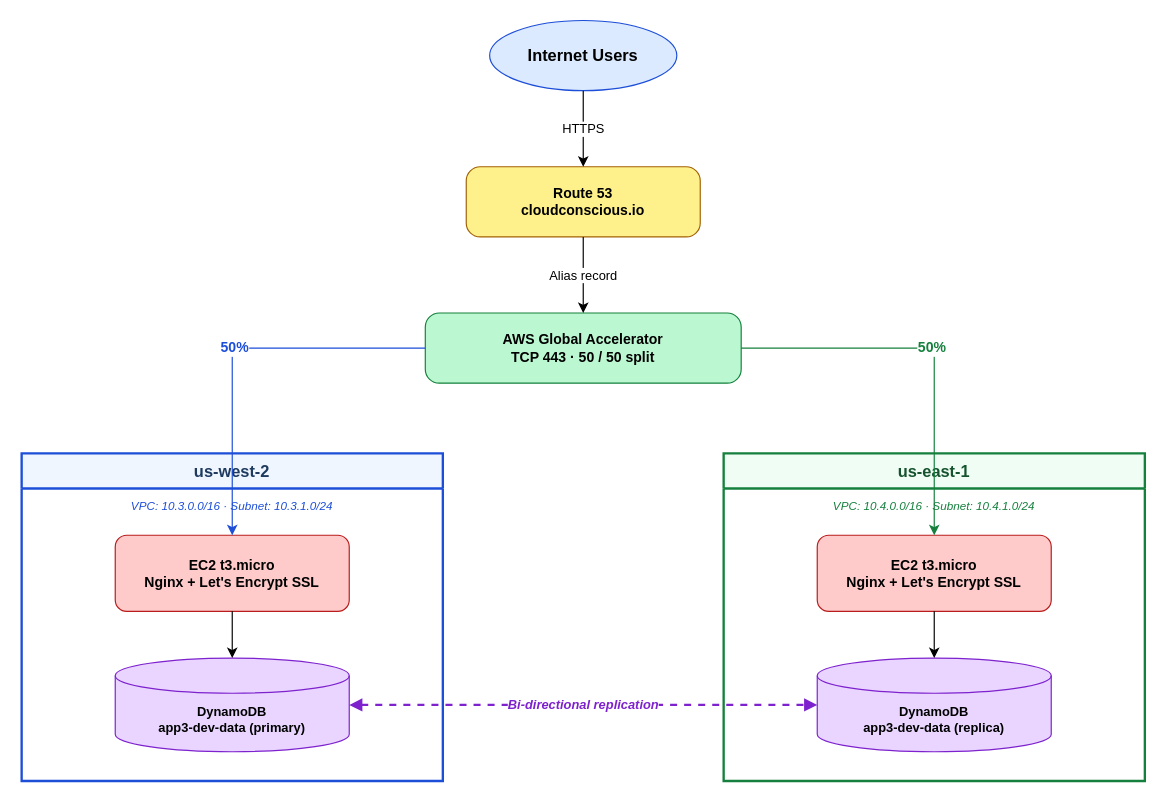
Before: terraform/live/aws/stacks/app3/diagrams/app3-architecture.drawio in vegatros/repo1, a draw.io diagram. Source tidied: cells renumbered, new cells numbered last; positions are measured from the earlier drawing's top-left corner, leaving out a move shared by most shapes. Both pictures are drawn from the tidied source at 117%, with x=0, y=0 at pixel (21, 20).
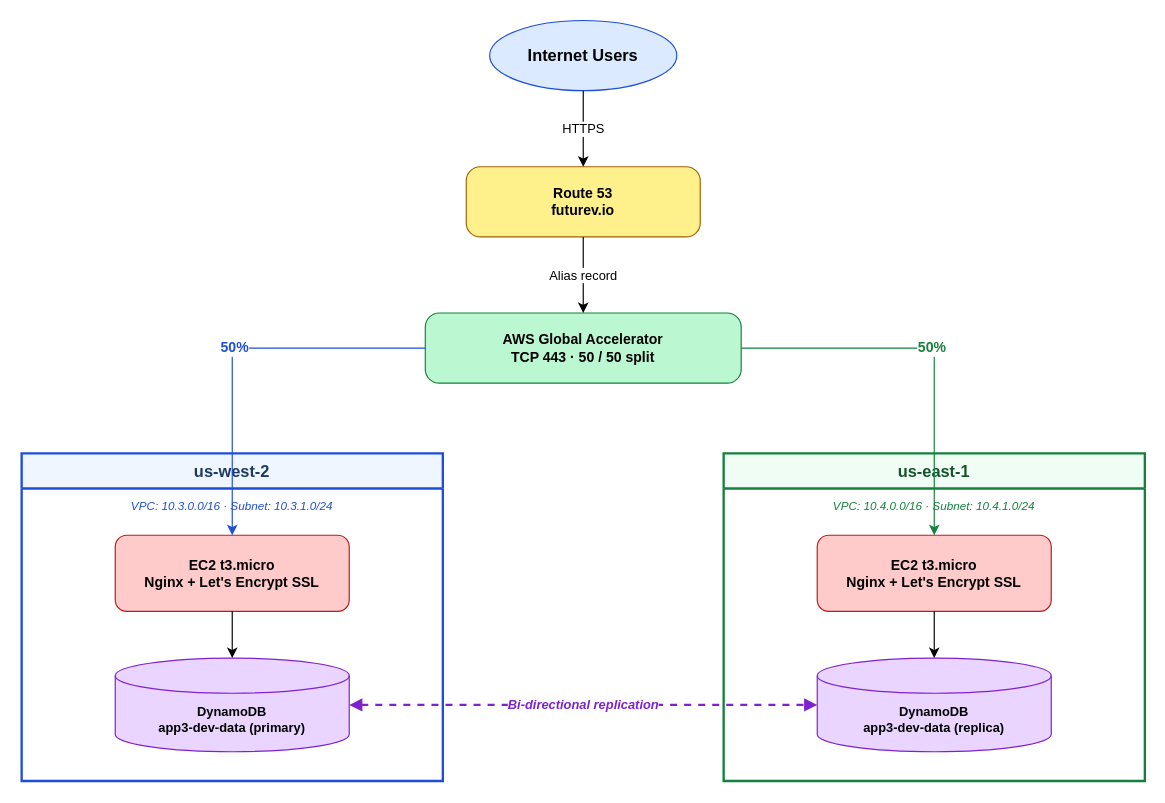
After the change.

Change to the diagram source:
```diff
@@
 <mxGraphModel>
   <root>
     <mxCell id="0" />
     <mxCell id="1" parent="0" />
     <mxCell id="2" value="Internet Users" style="ellipse;whiteSpace=wrap;html=1;fillColor=#dbeafe;strokeColor=#1d4ed8;fontStyle=1;fontSize=14;" parent="1" vertex="1">
       <mxGeometry x="400" width="160" height="60" as="geometry" />
     </mxCell>
-    <mxCell id="3" value="Route 53&#10;cloudconscious.io" style="rounded=1;whiteSpace=wrap;html=1;fillColor=#fef08a;strokeColor=#a16207;fontStyle=1;fontSize=12;arcSize=20;" parent="1" vertex="1">
+    <mxCell id="3" value="Route 53&#10;futurev.io" style="rounded=1;whiteSpace=wrap;html=1;fillColor=#fef08a;strokeColor=#a16207;fontStyle=1;fontSize=12;arcSize=20;" parent="1" vertex="1">
       <mxGeometry x="380" y="125" width="200" height="60" as="geometry" />
     </mxCell>
     <mxCell id="4" value="AWS Global Accelerator&#10;TCP 443  ·  50 / 50 split" style="rounded=1;whiteSpace=wrap;html=1;fillColor=#bbf7d0;strokeColor=#15803d;fontStyle=1;fontSize=12;arcSize=20;" parent="1" vertex="1">
       <mxGeometry x="345" y="250" width="270" height="60" as="geometry" />
     </mxCell>
     <mxCell id="5" value="us-west-2" style="swimlane;startSize=30;fillColor=#eff6ff;strokeColor=#1d4ed8;fontStyle=1;fontSize=14;fontColor=#1e3a5f;strokeWidth=2;arcSize=5;" parent="1" vertex="1">
       <mxGeometry y="370" width="360" height="280" as="geometry" />
     </mxCell>
     <mxCell id="6" value="VPC: 10.3.0.0/16  ·  Subnet: 10.3.1.0/24" style="text;html=1;strokeColor=none;fillColor=none;align=center;verticalAlign=middle;whiteSpace=wrap;rounded=0;fontStyle=2;fontSize=10;fontColor=#1d4ed8;" parent="5" vertex="1">
       <mxGeometry x="20" y="35" width="320" height="20" as="geometry" />
     </mxCell>
     <mxCell id="7" value="EC2  t3.micro&#10;Nginx + Let's Encrypt SSL" style="rounded=1;whiteSpace=wrap;html=1;fillColor=#fecaca;strokeColor=#b91c1c;fontStyle=1;fontSize=12;arcSize=15;" parent="5" vertex="1">
       <mxGeometry x="80" y="70" width="200" height="65" as="geometry" />
     </mxCell>
     <mxCell id="8" value="DynamoDB&#10;app3-dev-data (primary)" style="shape=cylinder3;whiteSpace=wrap;html=1;boundedLbl=1;backgroundOutline=1;size=15;fillColor=#e9d5ff;strokeColor=#7e22ce;fontStyle=1;fontSize=11;" parent="5" vertex="1">
       <mxGeometry x="80" y="175" width="200" height="80" as="geometry" />
     </mxCell>
     <mxCell id="9" value="us-east-1" style="swimlane;startSize=30;fillColor=#f0fdf4;strokeColor=#15803d;fontStyle=1;fontSize=14;fontColor=#14532d;strokeWidth=2;arcSize=5;" parent="1" vertex="1">
       <mxGeometry x="600" y="370" width="360" height="280" as="geometry" />
     </mxCell>
     <mxCell id="10" value="VPC: 10.4.0.0/16  ·  Subnet: 10.4.1.0/24" style="text;html=1;strokeColor=none;fillColor=none;align=center;verticalAlign=middle;whiteSpace=wrap;rounded=0;fontStyle=2;fontSize=10;fontColor=#15803d;" parent="9" vertex="1">
       <mxGeometry x="20" y="35" width="320" height="20" as="geometry" />
     </mxCell>
     <mxCell id="11" value="EC2  t3.micro&#10;Nginx + Let's Encrypt SSL" style="rounded=1;whiteSpace=wrap;html=1;fillColor=#fecaca;strokeColor=#b91c1c;fontStyle=1;fontSize=12;arcSize=15;" parent="9" vertex="1">
       <mxGeometry x="80" y="70" width="200" height="65" as="geometry" />
     </mxCell>
     <mxCell id="12" value="DynamoDB&#10;app3-dev-data (replica)" style="shape=cylinder3;whiteSpace=wrap;html=1;boundedLbl=1;backgroundOutline=1;size=15;fillColor=#e9d5ff;strokeColor=#7e22ce;fontStyle=1;fontSize=11;" parent="9" vertex="1">
       <mxGeometry x="80" y="175" width="200" height="80" as="geometry" />
     </mxCell>
     <mxCell id="13" value="HTTPS" style="edgeStyle=orthogonalEdgeStyle;rounded=0;html=1;fontSize=11;exitX=0.5;exitY=1;exitDx=0;exitDy=0;entryX=0.5;entryY=0;entryDx=0;entryDy=0;" parent="1" edge="1" source="2" target="3">
       <mxGeometry relative="1" as="geometry" />
     </mxCell>
     <mxCell id="14" value="Alias record" style="edgeStyle=orthogonalEdgeStyle;rounded=0;html=1;fontSize=11;exitX=0.5;exitY=1;exitDx=0;exitDy=0;entryX=0.5;entryY=0;entryDx=0;entryDy=0;" parent="1" edge="1" source="3" target="4">
       <mxGeometry relative="1" as="geometry" />
     </mxCell>
     <mxCell id="15" value="50%" style="edgeStyle=orthogonalEdgeStyle;rounded=0;html=1;fontStyle=1;fontSize=12;fontColor=#1d4ed8;strokeColor=#1d4ed8;" parent="1" edge="1" source="4" target="7">
       <mxGeometry relative="1" as="geometry" />
     </mxCell>
     <mxCell id="16" value="50%" style="edgeStyle=orthogonalEdgeStyle;rounded=0;html=1;fontStyle=1;fontSize=12;fontColor=#15803d;strokeColor=#15803d;" parent="1" edge="1" source="4" target="11">
       <mxGeometry relative="1" as="geometry" />
     </mxCell>
     <mxCell id="17" style="edgeStyle=orthogonalEdgeStyle;rounded=0;html=1;" parent="5" edge="1" source="7" target="8">
       <mxGeometry relative="1" as="geometry" />
     </mxCell>
     <mxCell id="18" style="edgeStyle=orthogonalEdgeStyle;rounded=0;html=1;" parent="9" edge="1" source="11" target="12">
       <mxGeometry relative="1" as="geometry" />
     </mxCell>
     <mxCell id="19" value="Bi-directional replication" style="edgeStyle=orthogonalEdgeStyle;rounded=0;html=1;startArrow=block;startFill=1;endArrow=block;endFill=1;fontStyle=3;fontSize=11;fontColor=#7e22ce;strokeColor=#7e22ce;strokeWidth=2;dashed=1;" parent="1" edge="1" source="8" target="12">
       <mxGeometry relative="1" as="geometry" />
     </mxCell>
   </root>
 </mxGraphModel>
```
